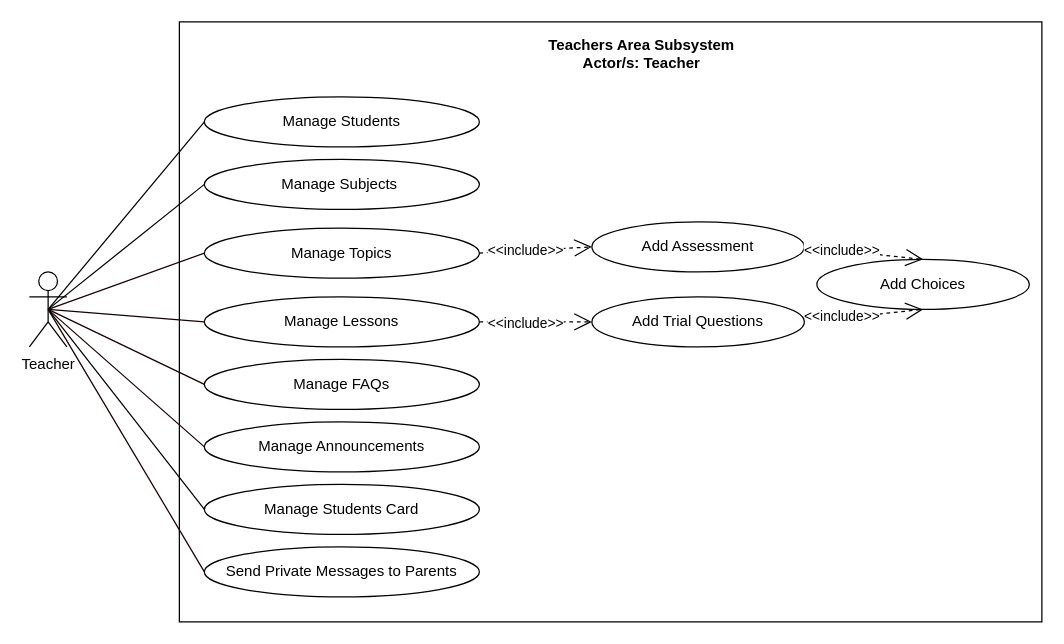
Earlier version of the draw.io diagram page "TEACHERS AREA" (7 of 16) of UML-DIAGRAMS/Diagrams 5-29-2021/Diagram.drawio (mrklglsn/CAPSTONE-FILES). Source tidied: cells renumbered, new cells numbered last; positions are measured from the earlier drawing's top-left corner, leaving out a move shared by most shapes. Both pictures are drawn from the tidied source at 125%, with x=0, y=0 at pixel (29, 21).
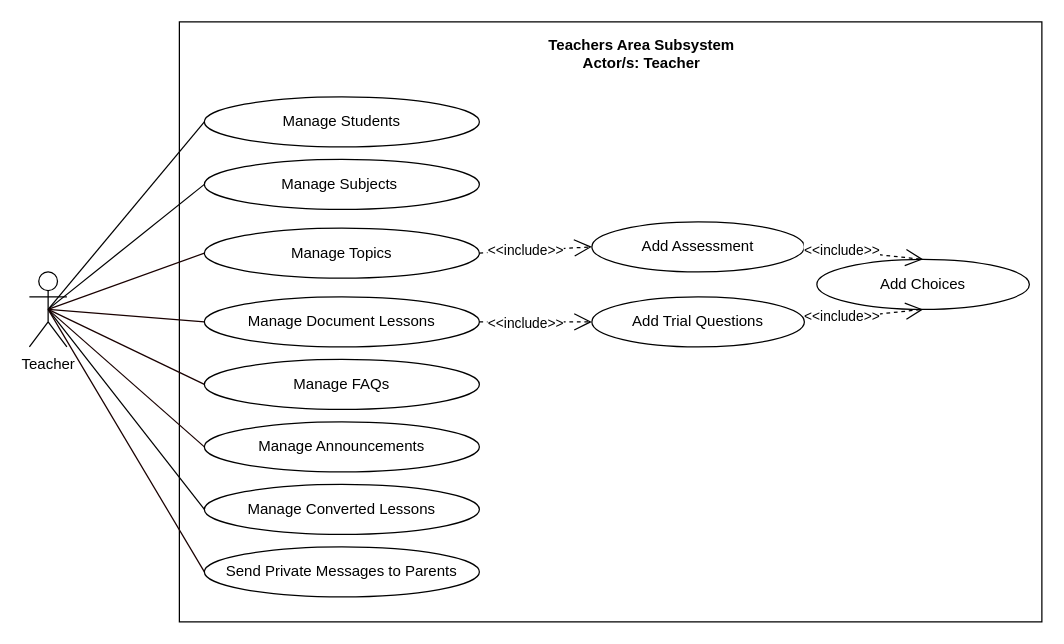
Above is the later version.

Unchanged cells that the change refers to:
```xml
<mxCell id="11" value="Teacher" style="shape=umlActor;verticalLabelPosition=bottom;verticalAlign=top;html=1;fillColor=none;" parent="1" vertex="1">
  <mxGeometry y="200" width="30" height="60" as="geometry" />
</mxCell>
```

The edit, as a diff of the source:
```diff
@@
-    <mxCell id="7" style="edgeStyle=none;rounded=0;jumpStyle=arc;jumpSize=14;jettySize=auto;html=1;exitX=0.5;exitY=0.5;exitDx=0;exitDy=0;exitPerimeter=0;entryX=0;entryY=0.5;entryDx=0;entryDy=0;endArrow=none;endFill=0;startSize=9;endSize=11;" parent="1" edge="1" source="11" target="28">
-      <mxGeometry relative="1" as="geometry" />
+    <mxCell id="7" style="edgeStyle=none;rounded=0;jumpStyle=arc;jumpSize=14;jettySize=auto;html=1;exitX=0.5;exitY=0.5;exitDx=0;exitDy=0;exitPerimeter=0;entryX=0;entryY=0.5;entryDx=0;entryDy=0;endArrow=none;endFill=0;startSize=9;endSize=11;" parent="1" edge="1" source="11">
+      <mxGeometry relative="1" as="geometry">
+        <mxPoint x="140" y="390" as="targetPoint" />
+      </mxGeometry>
     </mxCell>
@@
-    <mxCell id="28" value="Manage Students Card" style="ellipse;whiteSpace=wrap;html=1;fillColor=none;" parent="1" vertex="1">
-      <mxGeometry x="140" y="370" width="220" height="40" as="geometry" />
-    </mxCell>
@@
-    <mxCell id="30" value="Manage Lessons" style="ellipse;whiteSpace=wrap;html=1;fillColor=none;" parent="1" vertex="1">
+    <mxCell id="30" value="Manage Document Lessons" style="ellipse;whiteSpace=wrap;html=1;fillColor=none;" parent="1" vertex="1">
       <mxGeometry x="140" y="220" width="220" height="40" as="geometry" />
     </mxCell>
@@
+    <mxCell id="32" value="Manage Converted Lessons" style="ellipse;whiteSpace=wrap;html=1;fillColor=none;" parent="1" vertex="1">
+      <mxGeometry x="140" y="370" width="220" height="40" as="geometry" />
+    </mxCell>
```
